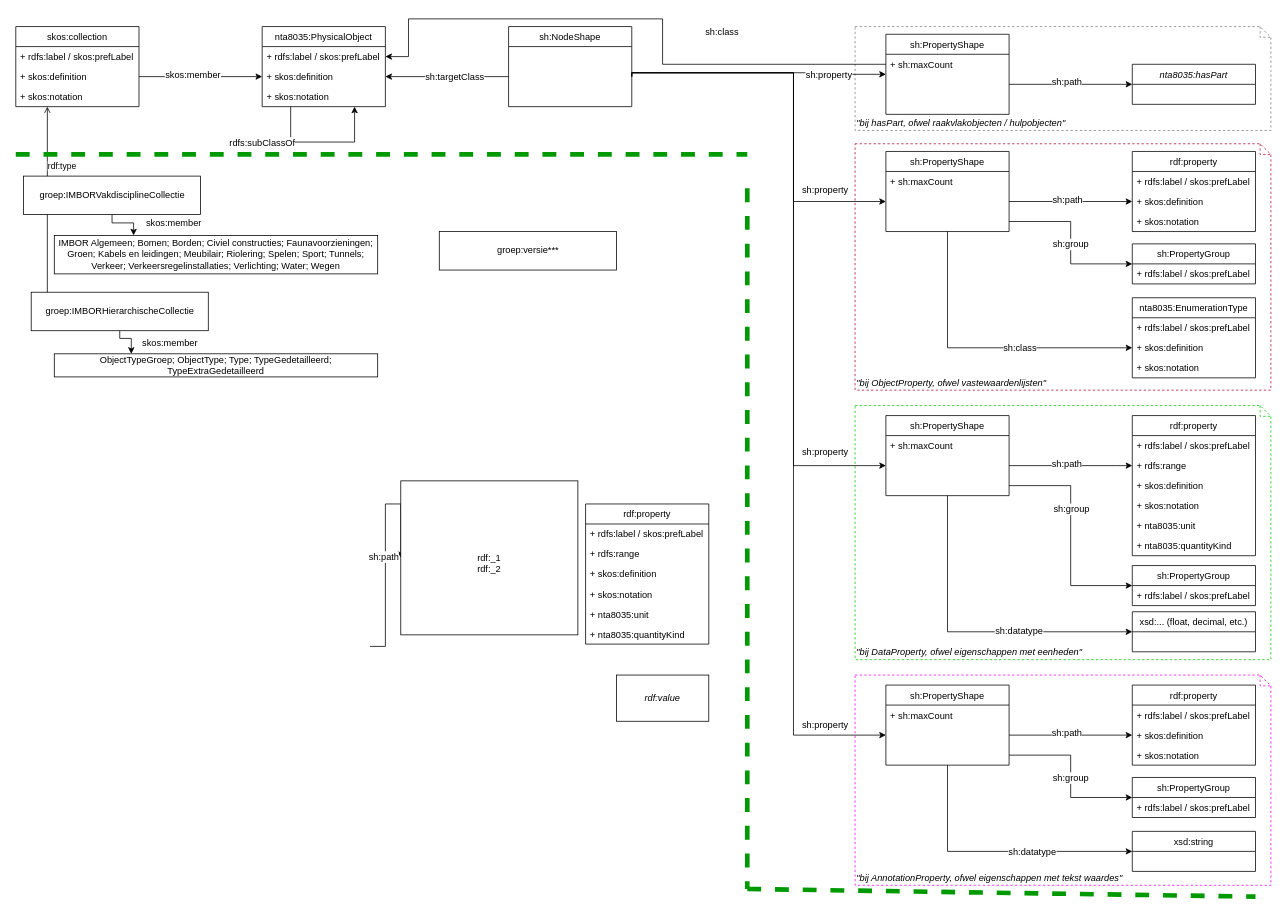
Above: docs/IMBOR Metamodel.drawio in Stichting-CROW/imbor (draw.io), before the change. Source tidied: cells renumbered, new cells numbered last; positions are measured from the earlier drawing's top-left corner, leaving out a move shared by most shapes. Both pictures are drawn from the tidied source at 77%, with x=0, y=0 at pixel (15, 18).
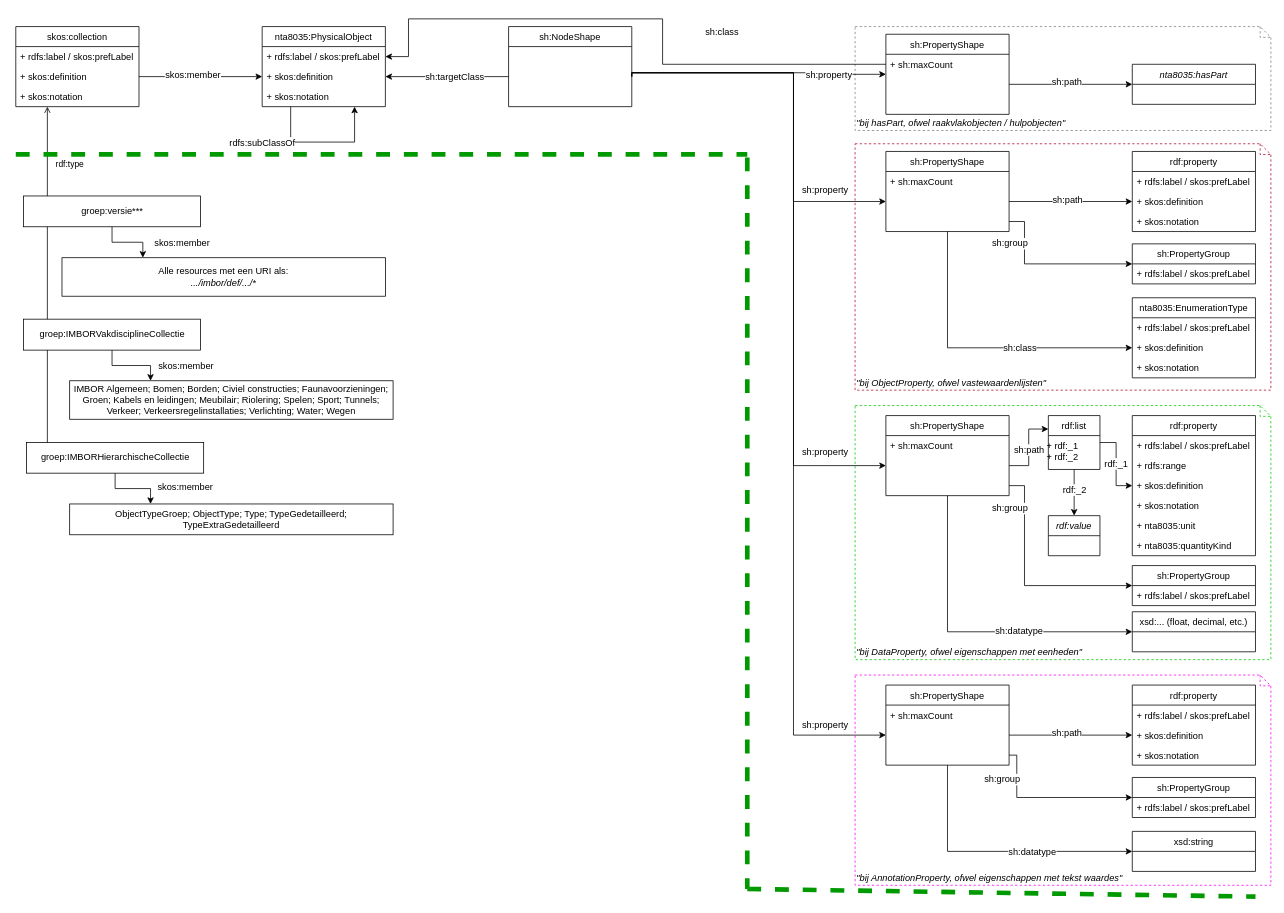
Above is the later version.

Commit message (it also covers changes not shown here):
aangepaste documenatie + metamodel

Unchanged cells that the change refers to:
```xml
<mxCell id="9" value="skos:collection" style="swimlane;fontStyle=0;horizontal=1;startSize=26;fillColor=none;" parent="1" vertex="1">
  <mxGeometry y="10" width="160" height="104" as="geometry" />
</mxCell>
<mxCell id="32" value=" " style="text;strokeColor=none;fillColor=none;align=left;verticalAlign=top;spacingLeft=4;spacingRight=4;overflow=hidden;points=[[0,0.5],[1,0.5]];portConstraint=eastwest;" parent="29" vertex="1">
  <mxGeometry y="78" width="160" height="26" as="geometry" />
</mxCell>
<mxCell id="41" value="sh:PropertyGroup" style="swimlane;fontStyle=0;horizontal=1;startSize=26;fillColor=none;" parent="1" vertex="1">
  <mxGeometry x="1450" y="292.2" width="160" height="52" as="geometry" />
</mxCell>
<mxCell id="56" value=" " style="text;strokeColor=none;fillColor=none;align=left;verticalAlign=top;spacingLeft=4;spacingRight=4;overflow=hidden;points=[[0,0.5],[1,0.5]];portConstraint=eastwest;" parent="54" vertex="1">
  <mxGeometry y="52" width="160" height="26" as="geometry" />
</mxCell>
<mxCell id="57" value=" " style="text;strokeColor=none;fillColor=none;align=left;verticalAlign=top;spacingLeft=4;spacingRight=4;overflow=hidden;points=[[0,0.5],[1,0.5]];portConstraint=eastwest;" parent="54" vertex="1">
  <mxGeometry y="78" width="160" height="26" as="geometry" />
</mxCell>
<mxCell id="58" value="rdf:property" style="swimlane;fontStyle=0;horizontal=1;startSize=26;fillColor=none;" parent="1" vertex="1">
  <mxGeometry x="1450" y="515.2" width="160" height="182" as="geometry" />
</mxCell>
<mxCell id="60" value="+ rdfs:range" style="text;strokeColor=none;fillColor=none;align=left;verticalAlign=top;spacingLeft=4;spacingRight=4;overflow=hidden;points=[[0,0.5],[1,0.5]];portConstraint=eastwest;" parent="58" vertex="1">
  <mxGeometry y="52" width="160" height="26" as="geometry" />
</mxCell>
<mxCell id="76" value=" " style="text;strokeColor=none;fillColor=none;align=left;verticalAlign=top;spacingLeft=4;spacingRight=4;overflow=hidden;points=[[0,0.5],[1,0.5]];portConstraint=eastwest;" parent="73" vertex="1">
  <mxGeometry y="78" width="160" height="26" as="geometry" />
</mxCell>
<mxCell id="82" value="sh:PropertyGroup" style="swimlane;fontStyle=0;horizontal=1;startSize=26;fillColor=none;" parent="1" vertex="1">
  <mxGeometry x="1450" y="985.2" width="160" height="52" as="geometry" />
</mxCell>
<mxCell id="110" value="sh:PropertyGroup" style="swimlane;fontStyle=0;horizontal=1;startSize=26;fillColor=none;" parent="1" vertex="1">
  <mxGeometry x="1450" y="710" width="160" height="52" as="geometry" />
</mxCell>
```

Diff of the diagram source:
```diff
@@
     <mxCell id="27" style="edgeStyle=orthogonalEdgeStyle;rounded=0;jettySize=auto;html=1;entryX=0;entryY=0.5;entryDx=0;entryDy=0;exitX=1;exitY=0.5;exitDx=0;exitDy=0;" parent="1" edge="1" source="32" target="41">
-      <mxGeometry relative="1" as="geometry" />
+      <mxGeometry relative="1" as="geometry">
+        <Array as="points">
+          <mxPoint x="1310" y="263" />
+          <mxPoint x="1310" y="318" />
+        </Array>
+      </mxGeometry>
     </mxCell>
     <mxCell id="28" value="sh:group" style="text;html=1;align=center;verticalAlign=middle;labelBackgroundColor=#ffffff;" parent="27" vertex="1">
       <mxGeometry x="-0.44" relative="1" as="geometry">
-        <mxPoint x="19.2" y="29" as="offset" />
+        <mxPoint x="-20" y="-12" as="offset" />
       </mxGeometry>
     </mxCell>
@@
     <mxCell id="43" value="rdf:type" style="edgeStyle=orthogonalEdgeStyle;rounded=0;jettySize=auto;html=1;exitX=0.135;exitY=0.036;exitDx=0;exitDy=0;exitPerimeter=0;endArrow=open;endFill=0;" parent="1" edge="1" source="45" target="9">
-      <mxGeometry x="0.39" y="-19" relative="1" as="geometry">
+      <mxGeometry x="0.66" y="-29" relative="1" as="geometry">
         <Array as="points">
           <mxPoint x="41" y="160" />
           <mxPoint x="41" y="160" />
         </Array>
       </mxGeometry>
     </mxCell>
-    <mxCell id="44" style="edgeStyle=orthogonalEdgeStyle;rounded=0;jettySize=auto;html=1;strokeWidth=1;" parent="1" edge="1" source="45" target="89">
-      <mxGeometry relative="1" as="geometry">
-        <Array as="points">
-          <mxPoint x="135" y="415" />
-          <mxPoint x="150" y="415" />
-        </Array>
-      </mxGeometry>
+    <mxCell id="44" style="edgeStyle=orthogonalEdgeStyle;rounded=0;jettySize=auto;html=1;strokeWidth=1;entryX=0.25;entryY=0;entryDx=0;entryDy=0;" parent="1" edge="1" source="45" target="89">
+      <mxGeometry relative="1" as="geometry" />
     </mxCell>
     <mxCell id="45" value="groep:IMBORHierarchischeCollectie" style="html=1;" parent="1" vertex="1">
-      <mxGeometry x="20" y="355" width="230" height="50" as="geometry" />
+      <mxGeometry x="14" y="550.2" width="230" height="39.8" as="geometry" />
     </mxCell>
@@
-    <mxCell id="48" style="edgeStyle=orthogonalEdgeStyle;rounded=0;jettySize=auto;html=1;exitX=1;exitY=0.5;exitDx=0;exitDy=0;entryX=0;entryY=0.5;entryDx=0;entryDy=0;" parent="1" edge="1" source="56" target="60">
-      <mxGeometry relative="1" as="geometry">
-        <Array as="points">
-          <mxPoint x="1430" y="580" />
-          <mxPoint x="1430" y="580" />
-        </Array>
-      </mxGeometry>
+    <mxCell id="48" style="edgeStyle=orthogonalEdgeStyle;rounded=0;jettySize=auto;html=1;exitX=1;exitY=0.5;exitDx=0;exitDy=0;entryX=0;entryY=0.25;entryDx=0;entryDy=0;" parent="1" edge="1" source="56" target="124">
+      <mxGeometry relative="1" as="geometry" />
     </mxCell>
     <mxCell id="49" value="sh:path" style="text;html=1;align=center;verticalAlign=middle;labelBackgroundColor=#ffffff;" parent="48" vertex="1">
-      <mxGeometry x="-0.07" y="3" relative="1" as="geometry" />
+      <mxGeometry x="-0.07" y="3" relative="1" as="geometry">
+        <mxPoint x="3" as="offset" />
+      </mxGeometry>
     </mxCell>
@@
     <mxCell id="52" style="edgeStyle=orthogonalEdgeStyle;rounded=0;jettySize=auto;html=1;entryX=0;entryY=0.5;entryDx=0;entryDy=0;exitX=1;exitY=0.5;exitDx=0;exitDy=0;" parent="1" edge="1" source="57" target="110">
-      <mxGeometry relative="1" as="geometry" />
+      <mxGeometry relative="1" as="geometry">
+        <Array as="points">
+          <mxPoint x="1310" y="606" />
+          <mxPoint x="1310" y="736" />
+        </Array>
+      </mxGeometry>
     </mxCell>
     <mxCell id="53" value="sh:group" style="text;html=1;align=center;verticalAlign=middle;labelBackgroundColor=#ffffff;" parent="52" vertex="1">
       <mxGeometry x="-0.44" relative="1" as="geometry">
-        <mxPoint y="29" as="offset" />
+        <mxPoint x="-20" y="-32.2" as="offset" />
       </mxGeometry>
     </mxCell>
@@
     <mxCell id="71" style="edgeStyle=orthogonalEdgeStyle;rounded=0;jettySize=auto;html=1;entryX=0;entryY=0.5;entryDx=0;entryDy=0;exitX=1;exitY=0.5;exitDx=0;exitDy=0;" parent="1" edge="1" source="76" target="82">
-      <mxGeometry relative="1" as="geometry" />
+      <mxGeometry relative="1" as="geometry">
+        <Array as="points">
+          <mxPoint x="1300" y="956" />
+          <mxPoint x="1300" y="1011" />
+        </Array>
+      </mxGeometry>
     </mxCell>
     <mxCell id="72" value="sh:group" style="text;html=1;align=center;verticalAlign=middle;labelBackgroundColor=#ffffff;" parent="71" vertex="1">
       <mxGeometry x="-0.44" relative="1" as="geometry">
-        <mxPoint x="19.2" y="29" as="offset" />
+        <mxPoint x="-20" y="-18.5" as="offset" />
       </mxGeometry>
     </mxCell>
@@
-    <mxCell id="85" style="edgeStyle=orthogonalEdgeStyle;rounded=0;jettySize=auto;html=1;strokeWidth=1;exitX=0.5;exitY=1;exitDx=0;exitDy=0;" parent="1" edge="1" source="87" target="88">
-      <mxGeometry relative="1" as="geometry">
-        <Array as="points">
-          <mxPoint x="125" y="265" />
-          <mxPoint x="153" y="265" />
-        </Array>
-      </mxGeometry>
+    <mxCell id="85" style="edgeStyle=orthogonalEdgeStyle;rounded=0;jettySize=auto;html=1;strokeWidth=1;exitX=0.5;exitY=1;exitDx=0;exitDy=0;entryX=0.25;entryY=0;entryDx=0;entryDy=0;" parent="1" edge="1" source="87" target="88">
+      <mxGeometry relative="1" as="geometry" />
     </mxCell>
     <mxCell id="86" value="skos:member" style="text;html=1;align=center;verticalAlign=middle;labelBackgroundColor=#ffffff;" parent="85" vertex="1">
       <mxGeometry x="-0.27" y="1" relative="1" as="geometry">
-        <mxPoint x="70.4" y="1.4" as="offset" />
+        <mxPoint x="82" y="1.4" as="offset" />
       </mxGeometry>
     </mxCell>
     <mxCell id="87" value="groep:IMBORVakdisciplineCollectie" style="html=1;" parent="1" vertex="1">
-      <mxGeometry x="10" y="204.2" width="230" height="50" as="geometry" />
+      <mxGeometry x="10" y="390" width="230" height="40.2" as="geometry" />
     </mxCell>
     <mxCell id="88" value="&lt;div&gt;IMBOR Algemeen; Bomen; Borden; Civiel constructies; Faunavoorzieningen; Groen; Kabels en leidingen; Meubilair; Riolering; Spelen; Sport; Tunnels; Verkeer; Verkeersregelinstallaties; Verlichting; Water; Wegen&lt;br&gt;&lt;/div&gt;" style="html=1;align=center;whiteSpace=wrap;" parent="1" vertex="1">
-      <mxGeometry x="50" y="281.2" width="420" height="50" as="geometry" />
+      <mxGeometry x="70" y="470" width="420" height="50" as="geometry" />
     </mxCell>
     <mxCell id="89" value="ObjectTypeGroep; ObjectType; Type; TypeGedetailleerd; TypeExtraGedetailleerd" style="html=1;whiteSpace=wrap;" parent="1" vertex="1">
-      <mxGeometry x="50" y="435" width="420" height="30" as="geometry" />
+      <mxGeometry x="70" y="630" width="420" height="40" as="geometry" />
     </mxCell>
     <mxCell id="90" value="skos:member" style="text;html=1;align=center;verticalAlign=middle;labelBackgroundColor=#ffffff;" parent="1" vertex="1">
-      <mxGeometry x="180" y="419.2" as="geometry">
+      <mxGeometry x="200" y="607.2" as="geometry">
         <mxPoint x="19" y="1" as="offset" />
       </mxGeometry>
     </mxCell>
@@
     <mxCell id="108" style="endArrow=none;html=1;fillColor=#e1d5e7;strokeColor=#009900;strokeWidth=6;dashed=1;" parent="1" edge="1">
       <mxGeometry relative="1" as="geometry">
-        <mxPoint x="950" y="220" as="sourcePoint" />
+        <mxPoint x="950" y="180" as="sourcePoint" />
         <mxPoint x="950" y="1130" as="targetPoint" />
       </mxGeometry>
     </mxCell>
@@
     <mxCell id="112" value="groep:versie***" style="html=1;" parent="1" vertex="1">
-      <mxGeometry x="550" y="276.2" width="230" height="50" as="geometry" />
+      <mxGeometry x="10" y="230" width="230" height="40" as="geometry" />
     </mxCell>
-    <mxCell id="113" style="edgeStyle=orthogonalEdgeStyle;rounded=0;jettySize=auto;html=1;exitX=1;exitY=0.5;exitDx=0;exitDy=0;entryX=0;entryY=0.5;entryDx=0;entryDy=0;" parent="1" edge="1" target="115">
-      <mxGeometry relative="1" as="geometry">
-        <mxPoint x="460" y="815" as="sourcePoint" />
-        <Array as="points">
-          <mxPoint x="480" y="815" />
-          <mxPoint x="480" y="630" />
-        </Array>
-      </mxGeometry>
-    </mxCell>
-    <mxCell id="114" value="sh:path" style="text;html=1;align=center;verticalAlign=middle;labelBackgroundColor=#ffffff;" parent="113" vertex="1">
-      <mxGeometry x="-0.07" y="3" relative="1" as="geometry" />
-    </mxCell>
-    <mxCell id="115" value="&lt;br&gt;rdf:_1&lt;br&gt;rdf:_2" style="rounded=0;whiteSpace=wrap;html=1;" parent="1" vertex="1">
-      <mxGeometry x="500" y="600" width="230" height="200" as="geometry" />
-    </mxCell>
-    <mxCell id="116" value="rdf:property" style="swimlane;fontStyle=0;horizontal=1;startSize=26;fillColor=none;" parent="1" vertex="1">
-      <mxGeometry x="740" y="630" width="160" height="182" as="geometry" />
-    </mxCell>
-    <mxCell id="117" value="+ rdfs:label / skos:prefLabel" style="text;strokeColor=none;fillColor=none;align=left;verticalAlign=top;spacingLeft=4;spacingRight=4;overflow=hidden;" parent="116" vertex="1">
-      <mxGeometry y="26" width="160" height="26" as="geometry" />
-    </mxCell>
-    <mxCell id="118" value="+ rdfs:range" style="text;strokeColor=none;fillColor=none;align=left;verticalAlign=top;spacingLeft=4;spacingRight=4;overflow=hidden;" parent="116" vertex="1">
-      <mxGeometry y="52" width="160" height="26" as="geometry" />
-    </mxCell>
-    <mxCell id="119" value="+ skos:definition" style="text;strokeColor=none;fillColor=none;align=left;verticalAlign=top;spacingLeft=4;spacingRight=4;overflow=hidden;" parent="116" vertex="1">
-      <mxGeometry y="78" width="160" height="26" as="geometry" />
-    </mxCell>
-    <mxCell id="120" value="+ skos:notation" style="text;strokeColor=none;fillColor=none;align=left;verticalAlign=top;spacingLeft=4;spacingRight=4;overflow=hidden;" parent="116" vertex="1">
-      <mxGeometry y="104" width="160" height="26" as="geometry" />
-    </mxCell>
-    <mxCell id="121" value="+ nta8035:unit" style="text;strokeColor=none;fillColor=none;align=left;verticalAlign=top;spacingLeft=4;spacingRight=4;overflow=hidden;fontStyle=0;" parent="116" vertex="1">
-      <mxGeometry y="130" width="160" height="26" as="geometry" />
-    </mxCell>
-    <mxCell id="122" value="+ nta8035:quantityKind" style="text;strokeColor=none;fillColor=none;align=left;verticalAlign=top;spacingLeft=4;spacingRight=4;overflow=hidden;fontStyle=0;" parent="116" vertex="1">
-      <mxGeometry y="156" width="160" height="26" as="geometry" />
-    </mxCell>
+    <mxCell id="124" value="rdf:list" style="swimlane;fontStyle=0;horizontal=1;startSize=26;fillColor=none;" parent="1" vertex="1">
+      <mxGeometry x="1341" y="515.2" width="67" height="70" as="geometry" />
+    </mxCell>
+    <mxCell id="125" style="edgeStyle=orthogonalEdgeStyle;rounded=0;jettySize=auto;html=1;exitX=1;exitY=0.5;exitDx=0;exitDy=0;" parent="1" edge="1" source="124" target="58">
+      <mxGeometry relative="1" as="geometry" />
+    </mxCell>
+    <mxCell id="126" value="&lt;font style=&quot;font-size: 12px&quot;&gt;rdf:_1&lt;/font&gt;" style="edgeLabel;html=1;align=center;verticalAlign=middle;" parent="125" vertex="1">
+      <mxGeometry x="-0.49" y="-1" relative="1" as="geometry">
+        <mxPoint y="22.8" as="offset" />
+      </mxGeometry>
+    </mxCell>
+    <mxCell id="127" style="edgeStyle=orthogonalEdgeStyle;rounded=0;jettySize=auto;html=1;exitX=0.5;exitY=1;exitDx=0;exitDy=0;entryX=0.5;entryY=0;entryDx=0;entryDy=0;" parent="1" edge="1" source="124" target="123">
+      <mxGeometry relative="1" as="geometry" />
+    </mxCell>
+    <mxCell id="128" value="&lt;font style=&quot;font-size: 12px&quot;&gt;rdf:_2&lt;/font&gt;" style="edgeLabel;html=1;align=center;verticalAlign=middle;" parent="127" vertex="1">
+      <mxGeometry x="-0.49" y="-1" relative="1" as="geometry">
+        <mxPoint x="1" y="10.8" as="offset" />
+      </mxGeometry>
+    </mxCell>
+    <mxCell id="129" value="+ rdf:_1&#10;+ rdf:_2" style="text;strokeColor=none;fillColor=none;align=left;verticalAlign=top;spacingLeft=4;spacingRight=4;overflow=hidden;" parent="1" vertex="1">
+      <mxGeometry x="1333" y="541.2" width="67" height="44" as="geometry" />
+    </mxCell>
-    <mxCell id="123" value="rdf:value" style="rounded=0;whiteSpace=wrap;html=1;fontStyle=2;" parent="1" vertex="1">
-      <mxGeometry x="780" y="852.2" width="120" height="60" as="geometry" />
+    <mxCell id="123" value="rdf:value" style="swimlane;fontStyle=2;horizontal=1;startSize=26;fillColor=none;" parent="1" vertex="1">
+      <mxGeometry x="1341" y="645.2" width="67" height="52" as="geometry" />
     </mxCell>
+    <mxCell id="130" value=" " style="text;strokeColor=none;fillColor=none;align=left;verticalAlign=top;spacingLeft=4;spacingRight=4;overflow=hidden;" parent="123" vertex="1">
+      <mxGeometry y="26" width="67" height="26" as="geometry" />
+    </mxCell>
+    <mxCell id="131" value="&lt;div&gt;Alle resources met een URI als:&lt;br&gt;&lt;i&gt;.../imbor/def/.../*&lt;/i&gt;&lt;br&gt;&lt;/div&gt;" style="html=1;align=center;whiteSpace=wrap;" parent="1" vertex="1">
+      <mxGeometry x="60" y="310.2" width="420" height="50" as="geometry" />
+    </mxCell>
+    <mxCell id="132" style="edgeStyle=orthogonalEdgeStyle;rounded=0;jettySize=auto;html=1;strokeWidth=1;exitX=0.5;exitY=1;exitDx=0;exitDy=0;entryX=0.25;entryY=0;entryDx=0;entryDy=0;" parent="1" edge="1" source="112" target="131">
+      <mxGeometry relative="1" as="geometry" />
+    </mxCell>
+    <mxCell id="133" value="skos:member" style="text;html=1;align=center;verticalAlign=middle;labelBackgroundColor=#ffffff;" parent="132" vertex="1">
+      <mxGeometry x="-0.27" y="1" relative="1" as="geometry">
+        <mxPoint x="82" y="1.4" as="offset" />
+      </mxGeometry>
+    </mxCell>
```
